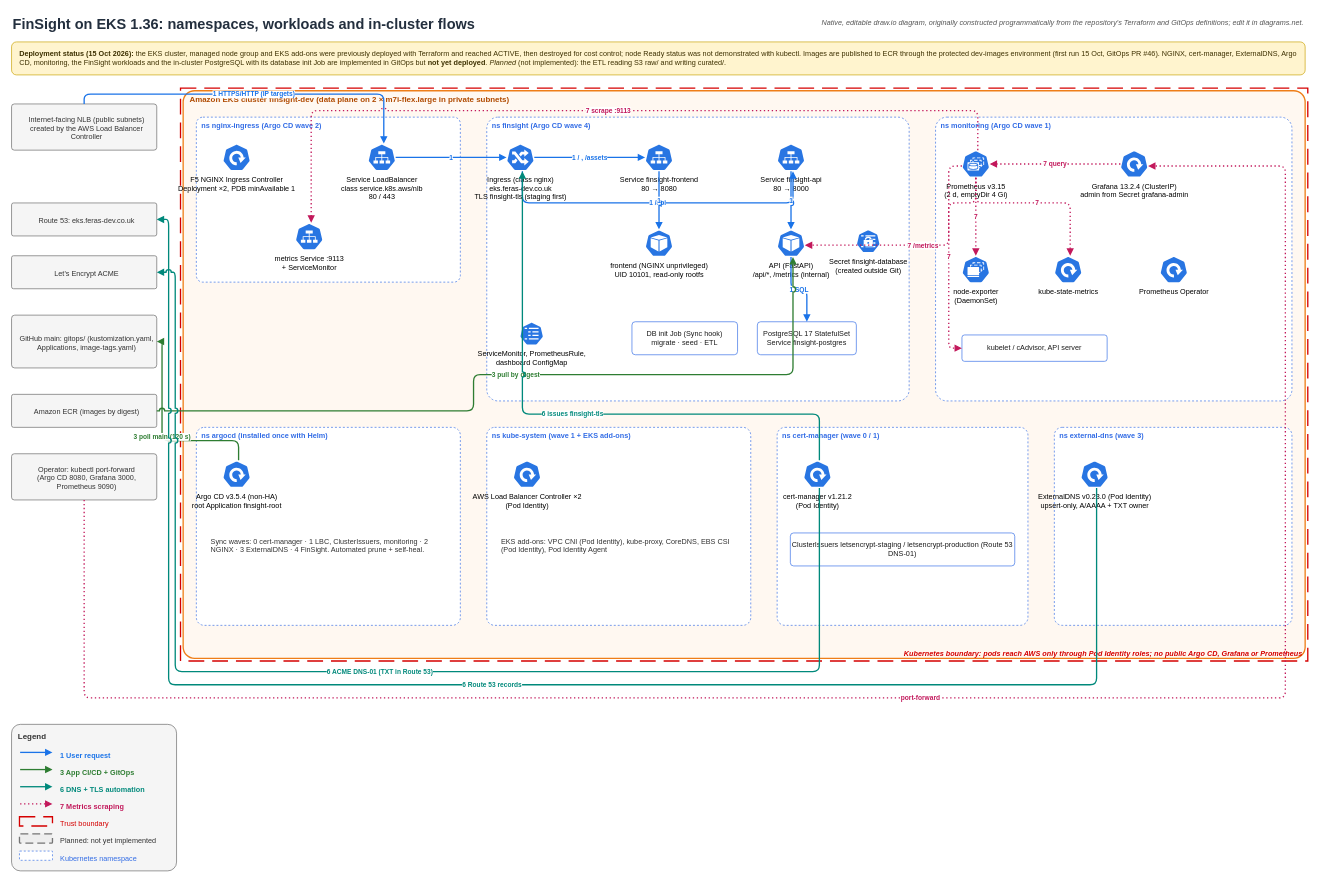
Earlier version of the draw.io diagram page "2. Kubernetes platform (EKS)" (2 of 3) of docs/architecture/finsight-architecture.drawio (Fer-as/finsight-eks-data-platform). Source tidied: cells renumbered, new cells numbered last; positions are measured from the earlier drawing's top-left corner, leaving out a move shared by most shapes. Both pictures are drawn from the tidied source at 66%, with x=0, y=0 at pixel (11, 11).
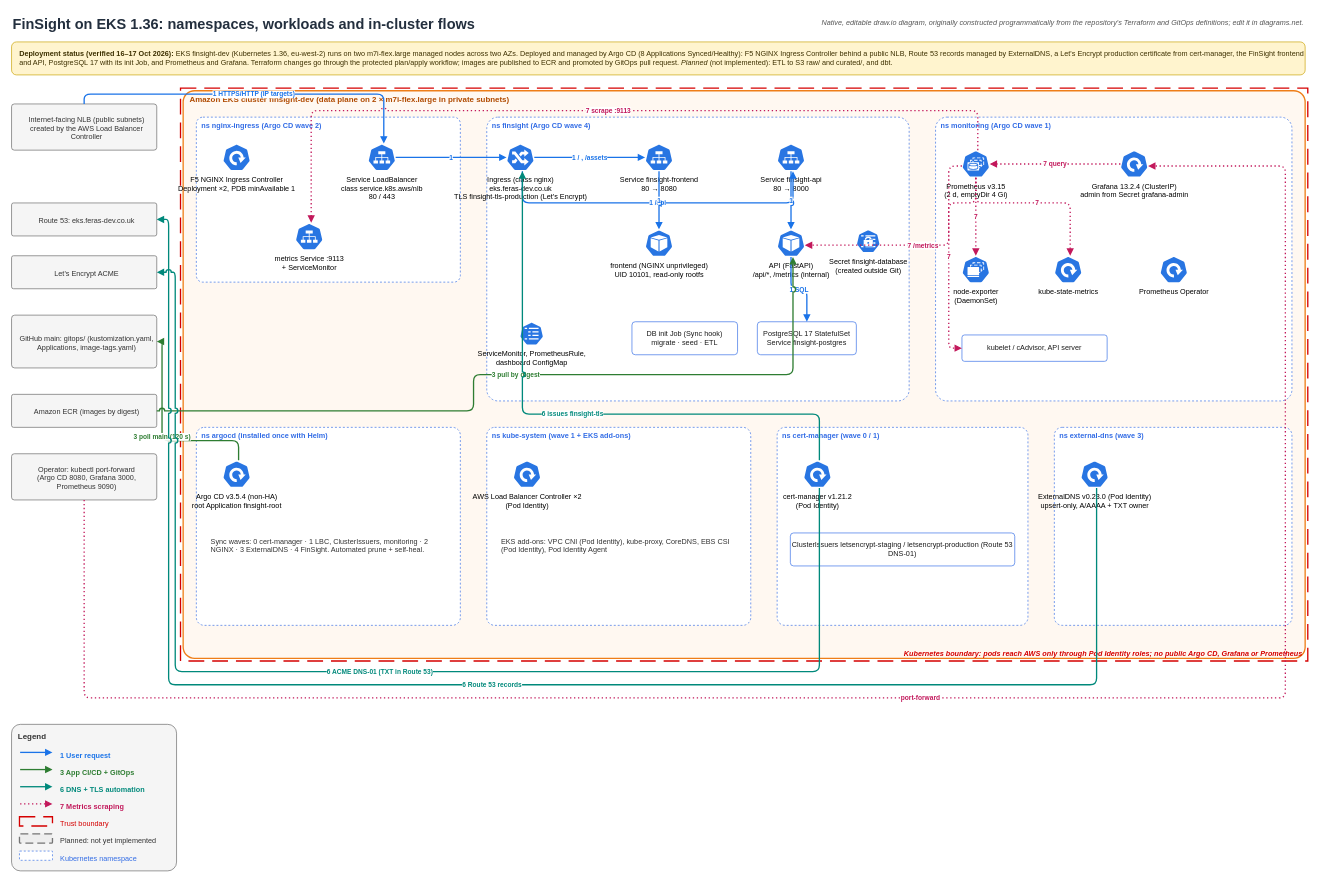
After the change.

The change refers to these unchanged cells:
```xml
<mxCell id="20" value="ns finsight  (Argo CD wave 4)" style="rounded=1;arcSize=4;html=1;whiteSpace=wrap;fillColor=#FFFFFF;strokeColor=#326CE5;dashed=1;verticalAlign=top;align=left;spacingLeft=6;fontStyle=1;fontSize=11;fontColor=#326CE5;fontFamily=Helvetica;" parent="15" vertex="1">
  <mxGeometry x="460" y="40" width="640" height="430" as="geometry" />
</mxCell>
```

The edit, as a diff of the source:
```diff
@@
-    <mxCell id="8" value="&lt;b&gt;Deployment status (15 Oct 2026):&lt;/b&gt; the EKS cluster, managed node group and EKS add-ons were previously deployed with Terraform and reached ACTIVE, then destroyed for cost control; node Ready status was not demonstrated with kubectl. Images are published to ECR through the protected dev-images environment (first run 15 Oct, GitOps PR #46). NGINX, cert-manager, ExternalDNS, Argo CD, monitoring, the FinSight workloads and the in-cluster PostgreSQL with its database init Job are implemented in GitOps but &lt;b&gt;not yet deployed&lt;/b&gt;. &lt;i&gt;Planned&lt;/i&gt; (not implemented): the ETL reading S3 raw/ and writing curated/." style="rounded=1;html=1;whiteSpace=wrap;fillColor=#FFF4CE;strokeColor=#C9A100;align=left;spacingLeft=10;fontSize=12;fontColor=#3D3000;verticalAlign=middle;fontFamily=Helvetica;fontSize=11;" parent="1" vertex="1">
+    <mxCell id="8" value="&lt;b&gt;Deployment status (verified 16–17 Oct 2026):&lt;/b&gt; EKS finsight-dev (Kubernetes 1.36, eu-west-2) runs on two m7i-flex.large managed nodes across two AZs. Deployed and managed by Argo CD (8 Applications Synced/Healthy): F5 NGINX Ingress Controller behind a public NLB, Route 53 records managed by ExternalDNS, a Let's Encrypt production certificate from cert-manager, the FinSight frontend and API, PostgreSQL 17 with its init Job, and Prometheus and Grafana. Terraform changes go through the protected plan/apply workflow; images are published to ECR and promoted by GitOps pull request. &lt;i&gt;Planned&lt;/i&gt; (not implemented): ETL to S3 raw/ and curated/, and dbt." style="rounded=1;html=1;whiteSpace=wrap;fillColor=#FFF4CE;strokeColor=#C9A100;align=left;spacingLeft=10;fontSize=12;fontColor=#3D3000;verticalAlign=middle;fontFamily=Helvetica;fontSize=11;" parent="1" vertex="1">
       <mxGeometry y="46" width="1960" height="50" as="geometry" />
     </mxCell>
@@
-    <mxCell id="21" value="Ingress (class nginx)&lt;br&gt;eks.feras-dev.co.uk&lt;br&gt;TLS finsight-tls (staging first)" style="sketch=0;html=1;dashed=0;verticalLabelPosition=bottom;verticalAlign=top;fillColor=#2875E2;strokeColor=#ffffff;points=[];shape=mxgraph.kubernetes.icon2;prIcon=ing;fontSize=11;fontFamily=Helvetica;" parent="20" vertex="1">
+    <mxCell id="21" value="Ingress (class nginx)&lt;br&gt;eks.feras-dev.co.uk&lt;br&gt;TLS finsight-tls-production (Let's Encrypt)" style="sketch=0;html=1;dashed=0;verticalLabelPosition=bottom;verticalAlign=top;fillColor=#2875E2;strokeColor=#ffffff;points=[];shape=mxgraph.kubernetes.icon2;prIcon=ing;fontSize=11;fontFamily=Helvetica;" parent="20" vertex="1">
       <mxGeometry x="30" y="40" width="42" height="42" as="geometry" />
     </mxCell>
```
